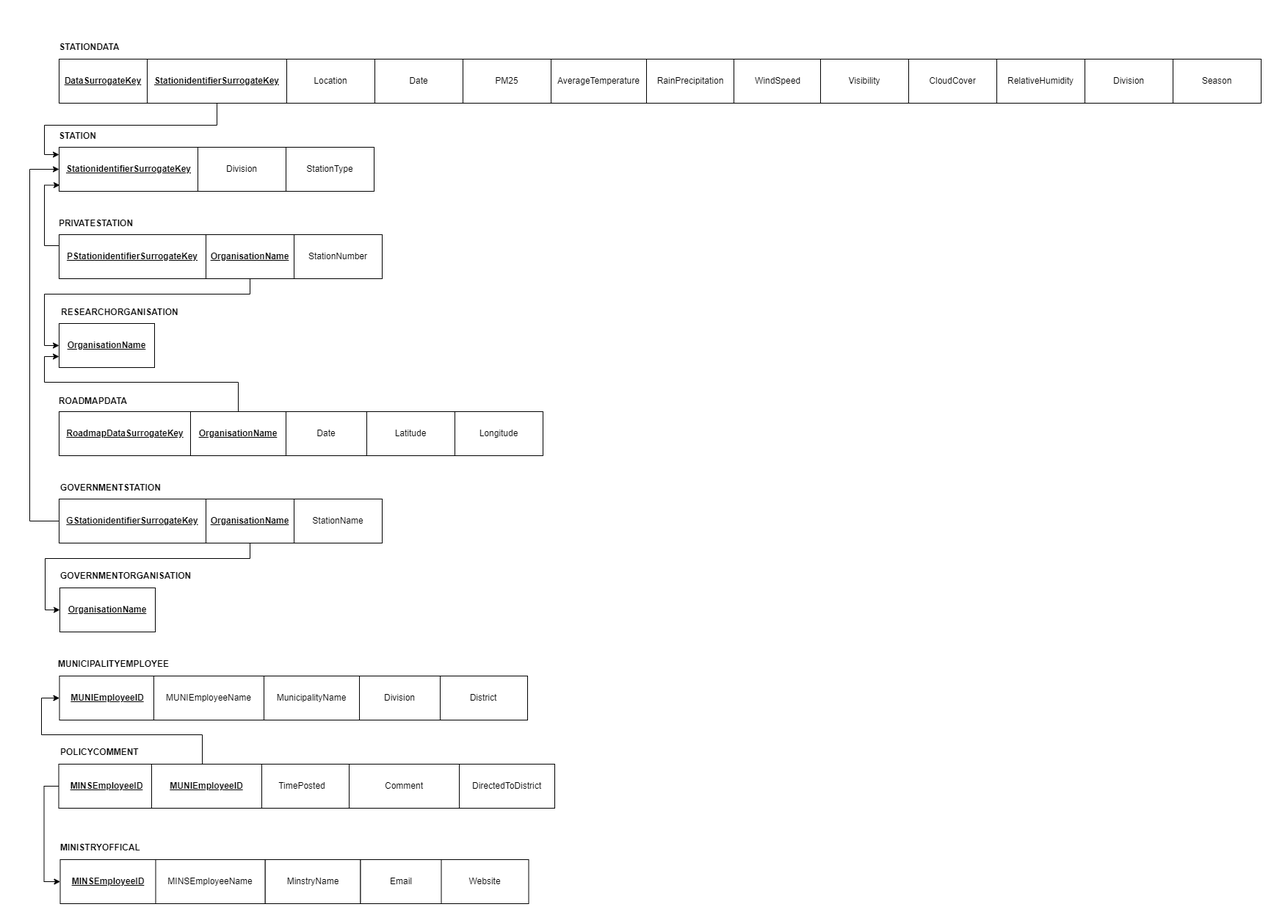
The draw.io diagram Relational Schema.drawio.png in toushifhossain1/AirQualityMonitoringOfBangladesh, before a commit. Source tidied: cells renumbered, new cells last; positions are measured from the earlier drawing's top-left corner, leaving out a move shared by most shapes.
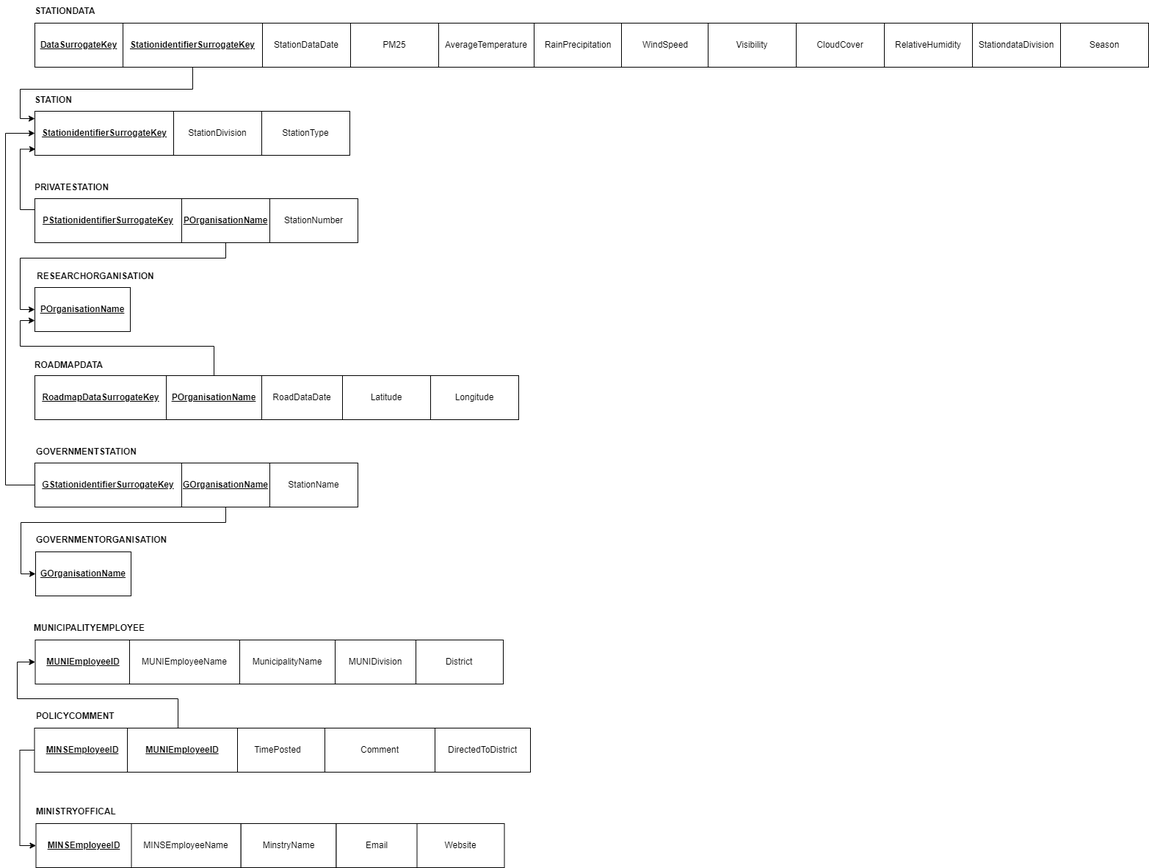
After the change.

The edit, as a diff of the source:
```diff
@@ -18,32 +18,29 @@
     <mxCell id="4" value="&lt;b&gt;STATIONDATA&lt;/b&gt;" style="text;html=1;align=center;verticalAlign=middle;strokeColor=none;fillColor=none;" parent="1" vertex="1">
       <mxGeometry x="26" width="110" height="30" as="geometry" />
     </mxCell>
-    <mxCell id="5" value="&lt;span style=&quot;text-align: left;&quot;&gt;Location&lt;/span&gt;" style="rounded=0;whiteSpace=wrap;html=1;" parent="1" vertex="1">
-      <mxGeometry x="350" y="31" width="120" height="60" as="geometry" />
-    </mxCell>
-    <mxCell id="6" value="&lt;span style=&quot;text-align: left;&quot;&gt;Date&lt;/span&gt;" style="rounded=0;whiteSpace=wrap;html=1;" parent="1" vertex="1">
-      <mxGeometry x="470" y="31" width="120" height="60" as="geometry" />
+    <mxCell id="6" value="&lt;span style=&quot;text-align: left;&quot;&gt;StationDataDate&lt;/span&gt;" style="rounded=0;whiteSpace=wrap;html=1;" parent="1" vertex="1">
+      <mxGeometry x="350" y="31" width="120" height="60" as="geometry" />
     </mxCell>
     <mxCell id="7" value="&lt;span style=&quot;text-align: left;&quot;&gt;PM25&lt;/span&gt;" style="rounded=0;whiteSpace=wrap;html=1;" parent="1" vertex="1">
-      <mxGeometry x="590" y="31" width="120" height="60" as="geometry" />
+      <mxGeometry x="470" y="31" width="120" height="60" as="geometry" />
     </mxCell>
     <mxCell id="8" value="&lt;span style=&quot;text-align: left;&quot;&gt;AverageTemperature&lt;/span&gt;" style="rounded=0;whiteSpace=wrap;html=1;" parent="1" vertex="1">
-      <mxGeometry x="710" y="31" width="130" height="60" as="geometry" />
+      <mxGeometry x="590" y="31" width="130" height="60" as="geometry" />
     </mxCell>
     <mxCell id="9" value="&lt;span style=&quot;text-align: left;&quot;&gt;RainPrecipitation&lt;/span&gt;" style="rounded=0;whiteSpace=wrap;html=1;" parent="1" vertex="1">
-      <mxGeometry x="840" y="31" width="120" height="60" as="geometry" />
+      <mxGeometry x="720" y="31" width="120" height="60" as="geometry" />
     </mxCell>
     <mxCell id="10" value="&lt;span style=&quot;text-align: left;&quot;&gt;WindSpeed&lt;/span&gt;" style="rounded=0;whiteSpace=wrap;html=1;" parent="1" vertex="1">
-      <mxGeometry x="959" y="31" width="120" height="60" as="geometry" />
+      <mxGeometry x="839" y="31" width="120" height="60" as="geometry" />
     </mxCell>
     <mxCell id="11" value="&lt;span style=&quot;text-align: left;&quot;&gt;Visibility&lt;/span&gt;" style="rounded=0;whiteSpace=wrap;html=1;" parent="1" vertex="1">
-      <mxGeometry x="1077" y="31" width="120" height="60" as="geometry" />
+      <mxGeometry x="957" y="31" width="120" height="60" as="geometry" />
     </mxCell>
     <mxCell id="12" value="&lt;span style=&quot;text-align: left;&quot;&gt;CloudCover&lt;/span&gt;" style="rounded=0;whiteSpace=wrap;html=1;" parent="1" vertex="1">
-      <mxGeometry x="1197" y="31" width="120" height="60" as="geometry" />
+      <mxGeometry x="1077" y="31" width="120" height="60" as="geometry" />
     </mxCell>
     <mxCell id="13" value="&lt;span style=&quot;text-align: left;&quot;&gt;RelativeHumidity&lt;/span&gt;" style="rounded=0;whiteSpace=wrap;html=1;" parent="1" vertex="1">
-      <mxGeometry x="1317" y="31" width="120" height="60" as="geometry" />
+      <mxGeometry x="1197" y="31" width="120" height="60" as="geometry" />
     </mxCell>
     <mxCell id="14" value="&lt;span style=&quot;font-weight: 700; text-align: left; text-decoration-line: underline;&quot;&gt;StationidentifierSurrogateKey&lt;/span&gt;" style="rounded=0;whiteSpace=wrap;html=1;" parent="1" vertex="1">
       <mxGeometry x="40" y="151" width="190" height="60" as="geometry" />
@@ -51,7 +48,7 @@
     <mxCell id="15" value="&lt;b&gt;STATION&lt;/b&gt;" style="text;html=1;align=center;verticalAlign=middle;strokeColor=none;fillColor=none;" parent="1" vertex="1">
       <mxGeometry x="30" y="121" width="70" height="30" as="geometry" />
     </mxCell>
-    <mxCell id="16" value="&lt;span style=&quot;text-align: left;&quot;&gt;Division&lt;/span&gt;" style="rounded=0;whiteSpace=wrap;html=1;" parent="1" vertex="1">
+    <mxCell id="16" value="&lt;span style=&quot;text-align: left;&quot;&gt;StationDivision&lt;/span&gt;" style="rounded=0;whiteSpace=wrap;html=1;" parent="1" vertex="1">
       <mxGeometry x="229" y="151" width="120" height="60" as="geometry" />
     </mxCell>
     <mxCell id="17" value="&lt;span style=&quot;text-align: left;&quot;&gt;StationType&lt;/span&gt;" style="rounded=0;whiteSpace=wrap;html=1;" parent="1" vertex="1">
@@ -75,7 +72,7 @@
     <mxCell id="23" value="&lt;span style=&quot;text-align: left;&quot;&gt;StationNumber&lt;/span&gt;" style="rounded=0;whiteSpace=wrap;html=1;" parent="1" vertex="1">
       <mxGeometry x="360" y="270" width="120" height="60" as="geometry" />
     </mxCell>
-    <mxCell id="24" value="&lt;span style=&quot;font-weight: 700; text-align: left; text-decoration-line: underline;&quot;&gt;OrganisationName&lt;/span&gt;" style="rounded=0;whiteSpace=wrap;html=1;" parent="1" vertex="1">
+    <mxCell id="24" value="&lt;span style=&quot;font-weight: 700; text-align: left; text-decoration-line: underline;&quot;&gt;POrganisationName&lt;/span&gt;" style="rounded=0;whiteSpace=wrap;html=1;" parent="1" vertex="1">
       <mxGeometry x="40" y="391" width="130" height="60" as="geometry" />
     </mxCell>
     <mxCell id="25" style="edgeStyle=orthogonalEdgeStyle;rounded=0;orthogonalLoop=1;jettySize=auto;html=1;exitX=0.5;exitY=1;exitDx=0;exitDy=0;entryX=0;entryY=0.5;entryDx=0;entryDy=0;fontSize=11;" parent="1" edge="1">
@@ -89,7 +86,7 @@
         </Array>
       </mxGeometry>
     </mxCell>
-    <mxCell id="26" value="&lt;span style=&quot;font-weight: 700; text-align: left;&quot;&gt;&lt;u&gt;OrganisationName&lt;/u&gt;&lt;/span&gt;" style="rounded=0;whiteSpace=wrap;html=1;" parent="1" vertex="1">
+    <mxCell id="26" value="&lt;span style=&quot;font-weight: 700; text-align: left;&quot;&gt;&lt;u&gt;POrganisationName&lt;/u&gt;&lt;/span&gt;" style="rounded=0;whiteSpace=wrap;html=1;" parent="1" vertex="1">
       <mxGeometry x="240" y="270" width="120" height="60" as="geometry" />
     </mxCell>
     <mxCell id="27" value="&lt;span style=&quot;font-weight: 700; text-align: left; text-decoration-line: underline;&quot;&gt;RoadmapDataSurrogateKey&lt;/span&gt;" style="rounded=0;whiteSpace=wrap;html=1;" parent="1" vertex="1">
@@ -101,7 +98,7 @@
     <mxCell id="29" value="&lt;span style=&quot;text-align: left;&quot;&gt;Longitude&lt;/span&gt;" style="rounded=0;whiteSpace=wrap;html=1;" parent="1" vertex="1">
       <mxGeometry x="579" y="511" width="120" height="60" as="geometry" />
     </mxCell>
-    <mxCell id="30" value="&lt;span style=&quot;text-align: left;&quot;&gt;Date&lt;/span&gt;" style="rounded=0;whiteSpace=wrap;html=1;" parent="1" vertex="1">
+    <mxCell id="30" value="&lt;span style=&quot;text-align: left;&quot;&gt;RoadDataDate&lt;/span&gt;" style="rounded=0;whiteSpace=wrap;html=1;" parent="1" vertex="1">
       <mxGeometry x="349" y="511" width="110" height="60" as="geometry" />
     </mxCell>
     <mxCell id="31" style="edgeStyle=orthogonalEdgeStyle;rounded=0;jettySize=auto;html=1;exitX=0;exitY=0.5;exitDx=0;exitDy=0;entryX=0;entryY=0.5;entryDx=0;entryDy=0;fontSize=11;" parent="1" edge="1" source="32" target="14">
@@ -127,11 +124,11 @@
     <mxCell id="36" value="&lt;span style=&quot;font-weight: 700;&quot;&gt;GOVERNMENTSTATION&lt;/span&gt;" style="text;html=1;align=center;verticalAlign=middle;strokeColor=none;fillColor=none;fontSize=12;" parent="1" vertex="1">
       <mxGeometry x="30" y="600" width="160" height="30" as="geometry" />
     </mxCell>
-    <mxCell id="37" value="&lt;span style=&quot;text-align: left;&quot;&gt;Division&lt;/span&gt;" style="rounded=0;whiteSpace=wrap;html=1;" parent="1" vertex="1">
-      <mxGeometry x="1437" y="31" width="120" height="60" as="geometry" />
+    <mxCell id="37" value="&lt;span style=&quot;text-align: left;&quot;&gt;StationdataDivision&lt;/span&gt;" style="rounded=0;whiteSpace=wrap;html=1;" parent="1" vertex="1">
+      <mxGeometry x="1317" y="31" width="120" height="60" as="geometry" />
     </mxCell>
     <mxCell id="38" value="&lt;span style=&quot;text-align: left;&quot;&gt;Season&lt;/span&gt;" style="rounded=0;whiteSpace=wrap;html=1;" parent="1" vertex="1">
-      <mxGeometry x="1557" y="31" width="120" height="60" as="geometry" />
+      <mxGeometry x="1437" y="31" width="120" height="60" as="geometry" />
     </mxCell>
     <mxCell id="39" style="edgeStyle=orthogonalEdgeStyle;rounded=0;jettySize=auto;html=1;exitX=0.5;exitY=0;exitDx=0;exitDy=0;entryX=0;entryY=0.75;entryDx=0;entryDy=0;fontSize=11;" parent="1" edge="1" source="40" target="24">
       <mxGeometry relative="1" as="geometry">
@@ -142,10 +139,10 @@
         </Array>
       </mxGeometry>
     </mxCell>
-    <mxCell id="40" value="&lt;span style=&quot;font-weight: 700; text-align: left;&quot;&gt;&lt;u&gt;OrganisationName&lt;/u&gt;&lt;/span&gt;" style="rounded=0;whiteSpace=wrap;html=1;" parent="1" vertex="1">
+    <mxCell id="40" value="&lt;span style=&quot;font-weight: 700; text-align: left;&quot;&gt;&lt;u&gt;POrganisationName&lt;/u&gt;&lt;/span&gt;" style="rounded=0;whiteSpace=wrap;html=1;" parent="1" vertex="1">
       <mxGeometry x="219" y="511" width="130" height="60" as="geometry" />
     </mxCell>
-    <mxCell id="41" value="&lt;span style=&quot;font-weight: 700; text-align: left; text-decoration-line: underline;&quot;&gt;OrganisationName&lt;/span&gt;" style="rounded=0;whiteSpace=wrap;html=1;" parent="1" vertex="1">
+    <mxCell id="41" value="&lt;span style=&quot;font-weight: 700; text-align: left; text-decoration-line: underline;&quot;&gt;GOrganisationName&lt;/span&gt;" style="rounded=0;whiteSpace=wrap;html=1;" parent="1" vertex="1">
       <mxGeometry x="41" y="751" width="130" height="60" as="geometry" />
     </mxCell>
     <mxCell id="42" value="&lt;span style=&quot;font-weight: 700; text-align: center;&quot;&gt;GOVERNMENTORGANISATION&lt;/span&gt;" style="text;whiteSpace=wrap;html=1;" parent="1" vertex="1">
@@ -160,7 +157,7 @@
         </Array>
       </mxGeometry>
     </mxCell>
-    <mxCell id="44" value="&lt;span style=&quot;font-weight: 700; text-align: left;&quot;&gt;&lt;u&gt;OrganisationName&lt;/u&gt;&lt;/span&gt;" style="rounded=0;whiteSpace=wrap;html=1;" parent="1" vertex="1">
+    <mxCell id="44" value="&lt;span style=&quot;font-weight: 700; text-align: left;&quot;&gt;&lt;u&gt;GOrganisationName&lt;/u&gt;&lt;/span&gt;" style="rounded=0;whiteSpace=wrap;html=1;" parent="1" vertex="1">
       <mxGeometry x="240" y="630" width="120" height="60" as="geometry" />
     </mxCell>
     <mxCell id="45" value="&lt;span style=&quot;font-weight: 700; text-align: left; text-decoration-line: underline;&quot;&gt;MUNIEmployeeID&lt;/span&gt;" style="rounded=0;whiteSpace=wrap;html=1;" parent="1" vertex="1">
@@ -178,7 +175,7 @@
     <mxCell id="49" value="&lt;span style=&quot;text-align: left;&quot;&gt;MUNIEmployeeName&lt;/span&gt;" style="rounded=0;whiteSpace=wrap;html=1;" parent="1" vertex="1">
       <mxGeometry x="169" y="871" width="150" height="60" as="geometry" />
     </mxCell>
-    <mxCell id="50" value="&lt;span style=&quot;text-align: left;&quot;&gt;Division&lt;/span&gt;" style="rounded=0;whiteSpace=wrap;html=1;" parent="1" vertex="1">
+    <mxCell id="50" value="&lt;span style=&quot;text-align: left;&quot;&gt;MUNIDivision&lt;/span&gt;" style="rounded=0;whiteSpace=wrap;html=1;" parent="1" vertex="1">
       <mxGeometry x="449" y="871" width="110" height="60" as="geometry" />
     </mxCell>
     <mxCell id="51" value="&lt;span style=&quot;font-weight: 700; text-align: center;&quot;&gt;POLICYCOMMENT&lt;/span&gt;" style="text;whiteSpace=wrap;html=1;" parent="1" vertex="1">
```
